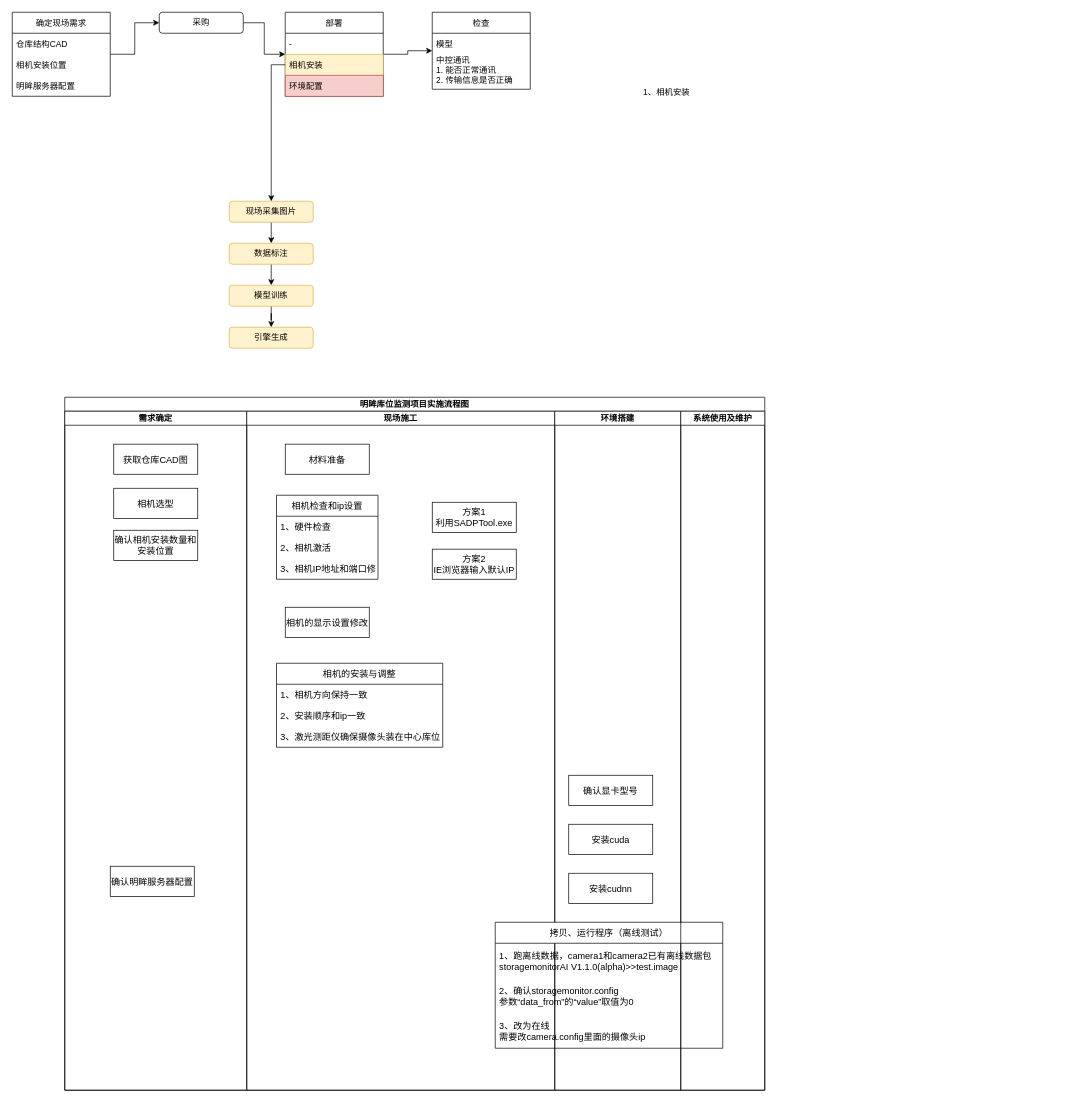
Earlier version of the draw.io diagram page "Page-1" (1 of 2) of Untitled Diagram.drawio (Lisaacy/lisaacy). Source tidied: cells renumbered, new cells numbered last; positions are measured from the earlier drawing's top-left corner, leaving out a move shared by most shapes. Both pictures are drawn from the tidied source at 70%, with x=0, y=0 at pixel (12, 12).
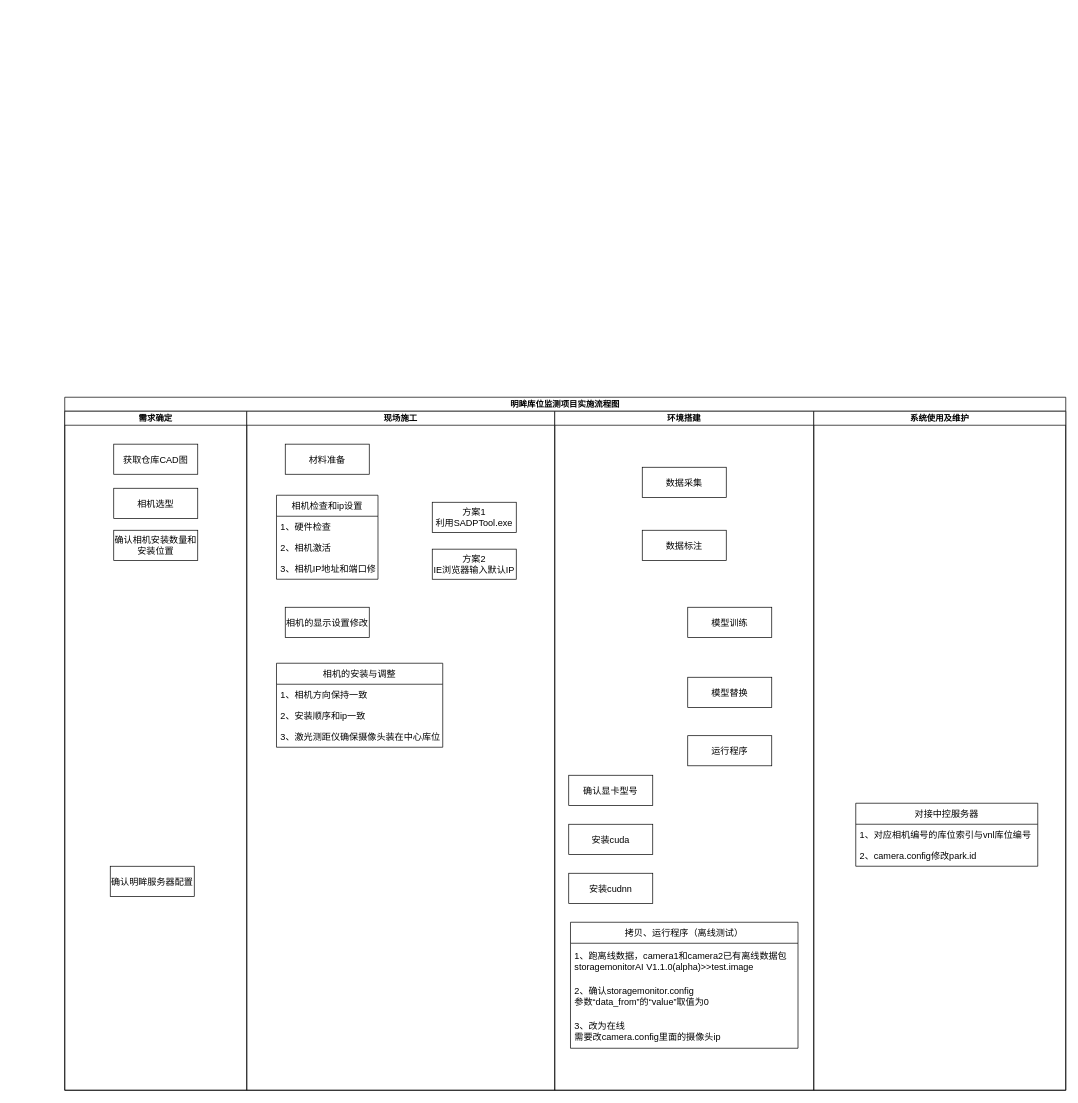
The same diagram, later.

Commit message:
明眸库位监测项目实施流程图

Change to the diagram source:
```diff
@@
-    <mxCell id="2" style="edgeStyle=orthogonalEdgeStyle;rounded=0;jettySize=auto;html=1;entryX=0;entryY=0.5;entryDx=0;entryDy=0;" parent="1" edge="1" source="3" target="10">
-      <mxGeometry relative="1" as="geometry" />
-    </mxCell>
-    <mxCell id="3" value="采购" style="rounded=1;whiteSpace=wrap;html=1;" parent="1" vertex="1">
-      <mxGeometry x="210" width="120" height="30" as="geometry" />
-    </mxCell>
-    <mxCell id="4" style="edgeStyle=orthogonalEdgeStyle;rounded=0;jettySize=auto;html=1;" parent="1" edge="1" source="5" target="3">
-      <mxGeometry relative="1" as="geometry" />
-    </mxCell>
-    <mxCell id="5" value="确定现场需求" style="swimlane;fontStyle=0;horizontal=1;startSize=30;" parent="1" vertex="1">
-      <mxGeometry width="140" height="120" as="geometry" />
-    </mxCell>
-    <mxCell id="6" value="仓库结构CAD" style="text;strokeColor=none;fillColor=none;align=left;verticalAlign=middle;spacingLeft=4;spacingRight=4;overflow=hidden;" parent="5" vertex="1">
-      <mxGeometry y="30" width="140" height="30" as="geometry" />
-    </mxCell>
-    <mxCell id="7" value="相机安装位置" style="text;strokeColor=none;fillColor=none;align=left;verticalAlign=middle;spacingLeft=4;spacingRight=4;overflow=hidden;" parent="5" vertex="1">
-      <mxGeometry y="60" width="140" height="30" as="geometry" />
-    </mxCell>
-    <mxCell id="8" value="明眸服务器配置" style="text;strokeColor=none;fillColor=none;align=left;verticalAlign=middle;spacingLeft=4;spacingRight=4;overflow=hidden;" parent="5" vertex="1">
-      <mxGeometry y="90" width="140" height="30" as="geometry" />
-    </mxCell>
-    <mxCell id="9" style="edgeStyle=orthogonalEdgeStyle;rounded=0;jettySize=auto;html=1;exitX=1;exitY=0.5;exitDx=0;exitDy=0;entryX=0;entryY=0.5;entryDx=0;entryDy=0;" parent="1" edge="1" source="10" target="22">
-      <mxGeometry relative="1" as="geometry" />
-    </mxCell>
-    <mxCell id="10" value="部署" style="swimlane;fontStyle=0;horizontal=1;startSize=30;" parent="1" vertex="1">
-      <mxGeometry x="390" width="140" height="120" as="geometry" />
-    </mxCell>
-    <mxCell id="11" value="-" style="text;strokeColor=none;fillColor=none;align=left;verticalAlign=middle;spacingLeft=4;spacingRight=4;overflow=hidden;" parent="10" vertex="1">
-      <mxGeometry y="30" width="140" height="30" as="geometry" />
-    </mxCell>
-    <mxCell id="12" value="相机安装" style="text;strokeColor=#d6b656;fillColor=#fff2cc;align=left;verticalAlign=middle;spacingLeft=4;spacingRight=4;overflow=hidden;points=[[0,0.5],[1,0.5]];portConstraint=eastwest;" parent="10" vertex="1">
-      <mxGeometry y="60" width="140" height="30" as="geometry" />
-    </mxCell>
-    <mxCell id="13" value="环境配置" style="text;strokeColor=#b85450;fillColor=#f8cecc;align=left;verticalAlign=middle;spacingLeft=4;spacingRight=4;overflow=hidden;" parent="10" vertex="1">
-      <mxGeometry y="90" width="140" height="30" as="geometry" />
-    </mxCell>
-    <mxCell id="14" value="1、相机安装" style="text;html=1;strokeColor=none;fillColor=none;align=center;verticalAlign=middle;whiteSpace=wrap;rounded=0;" parent="1" vertex="1">
-      <mxGeometry x="870" y="100" width="130" height="30" as="geometry" />
-    </mxCell>
-    <mxCell id="15" style="edgeStyle=orthogonalEdgeStyle;rounded=0;jettySize=auto;html=1;exitX=0.5;exitY=1;exitDx=0;exitDy=0;entryX=0.5;entryY=0;entryDx=0;entryDy=0;" parent="1" edge="1" source="16" target="18">
-      <mxGeometry relative="1" as="geometry" />
-    </mxCell>
-    <mxCell id="16" value="现场采集图片" style="rounded=1;whiteSpace=wrap;html=1;fillColor=#fff2cc;strokeColor=#d6b656;" parent="1" vertex="1">
-      <mxGeometry x="310" y="270" width="120" height="30" as="geometry" />
-    </mxCell>
-    <mxCell id="17" style="edgeStyle=orthogonalEdgeStyle;rounded=0;jettySize=auto;html=1;exitX=0.5;exitY=1;exitDx=0;exitDy=0;entryX=0.5;entryY=0;entryDx=0;entryDy=0;" parent="1" edge="1" source="18" target="20">
-      <mxGeometry relative="1" as="geometry" />
-    </mxCell>
-    <mxCell id="18" value="数据标注" style="rounded=1;whiteSpace=wrap;html=1;fillColor=#fff2cc;strokeColor=#d6b656;" parent="1" vertex="1">
-      <mxGeometry x="310" y="330" width="120" height="30" as="geometry" />
-    </mxCell>
-    <mxCell id="19" style="edgeStyle=orthogonalEdgeStyle;rounded=0;jettySize=auto;html=1;" parent="1" edge="1" source="20" target="21">
-      <mxGeometry relative="1" as="geometry" />
-    </mxCell>
-    <mxCell id="20" value="模型训练" style="rounded=1;whiteSpace=wrap;html=1;fillColor=#fff2cc;strokeColor=#d6b656;" parent="1" vertex="1">
-      <mxGeometry x="310" y="390" width="120" height="30" as="geometry" />
-    </mxCell>
-    <mxCell id="21" value="引擎生成" style="rounded=1;whiteSpace=wrap;html=1;fillColor=#fff2cc;strokeColor=#d6b656;" parent="1" vertex="1">
-      <mxGeometry x="310" y="450" width="120" height="30" as="geometry" />
-    </mxCell>
-    <mxCell id="22" value="检查" style="swimlane;fontStyle=0;horizontal=1;startSize=30;" parent="1" vertex="1">
-      <mxGeometry x="600" width="140" height="110" as="geometry" />
-    </mxCell>
-    <mxCell id="23" value="模型" style="text;strokeColor=none;fillColor=none;align=left;verticalAlign=middle;spacingLeft=4;spacingRight=4;overflow=hidden;" parent="22" vertex="1">
-      <mxGeometry y="30" width="140" height="30" as="geometry" />
-    </mxCell>
-    <mxCell id="24" value="中控通讯&#10;1. 能否正常通讯&#10;2. 传输信息是否正确&#10;" style="text;strokeColor=none;fillColor=none;align=left;verticalAlign=middle;spacingLeft=4;spacingRight=4;overflow=hidden;" parent="22" vertex="1">
-      <mxGeometry y="60" width="140" height="50" as="geometry" />
-    </mxCell>
-    <mxCell id="25" style="edgeStyle=orthogonalEdgeStyle;rounded=0;jettySize=auto;html=1;" parent="1" edge="1" source="12" target="16">
-      <mxGeometry relative="1" as="geometry" />
-    </mxCell>
     <mxCell id="26" value="明眸库位监测项目实施流程图" style="swimlane;startSize=20;" parent="1" vertex="1">
-      <mxGeometry x="75" y="550" width="1000" height="990" as="geometry" />
+      <mxGeometry x="75" y="550" width="1430" height="990" as="geometry" />
     </mxCell>
@@
     <mxCell id="45" value="环境搭建" style="swimlane;startSize=20;" parent="26" vertex="1">
-      <mxGeometry x="700" y="20" width="180" height="970" as="geometry" />
+      <mxGeometry x="700" y="20" width="370" height="970" as="geometry" />
     </mxCell>
@@
     <mxCell id="49" value="拷贝、运行程序（离线测试）" style="swimlane;fontStyle=0;horizontal=1;startSize=30;fontSize=13;" parent="45" vertex="1">
-      <mxGeometry x="-85" y="730" width="325" height="180" as="geometry" />
+      <mxGeometry x="22.5" y="730" width="325" height="180" as="geometry" />
     </mxCell>
@@
+    <mxCell id="54" value="数据采集" style="rounded=0;whiteSpace=wrap;html=1;fontSize=13;" parent="45" vertex="1">
+      <mxGeometry x="125" y="80" width="120" height="43" as="geometry" />
+    </mxCell>
+    <mxCell id="18" value="数据标注" style="rounded=0;whiteSpace=wrap;html=1;fontSize=13;" parent="45" vertex="1">
+      <mxGeometry x="125" y="170" width="120" height="43" as="geometry" />
+    </mxCell>
+    <mxCell id="20" value="模型训练" style="rounded=0;whiteSpace=wrap;html=1;fontSize=13;" parent="45" vertex="1">
+      <mxGeometry x="190" y="280" width="120" height="43" as="geometry" />
+    </mxCell>
+    <mxCell id="55" value="模型替换" style="rounded=0;whiteSpace=wrap;html=1;fontSize=13;" parent="45" vertex="1">
+      <mxGeometry x="190" y="380" width="120" height="43" as="geometry" />
+    </mxCell>
+    <mxCell id="56" value="运行程序" style="rounded=0;whiteSpace=wrap;html=1;fontSize=13;" parent="45" vertex="1">
+      <mxGeometry x="190" y="463.5" width="120" height="43" as="geometry" />
+    </mxCell>
     <mxCell id="53" value="系统使用及维护" style="swimlane;startSize=20;" parent="26" vertex="1">
-      <mxGeometry x="880" y="20" width="120" height="970" as="geometry" />
+      <mxGeometry x="1070" y="20" width="360" height="970" as="geometry" />
     </mxCell>
+    <mxCell id="57" value="对接中控服务器" style="swimlane;fontStyle=0;horizontal=1;startSize=30;fontSize=13;" parent="53" vertex="1">
+      <mxGeometry x="60" y="560" width="260" height="90" as="geometry" />
+    </mxCell>
+    <mxCell id="58" value="1、对应相机编号的库位索引与vnl库位编号" style="text;strokeColor=none;fillColor=none;align=left;verticalAlign=middle;spacingLeft=4;spacingRight=4;overflow=hidden;fontSize=13;" parent="57" vertex="1">
+      <mxGeometry y="30" width="260" height="30" as="geometry" />
+    </mxCell>
+    <mxCell id="59" value="2、camera.config修改park.id" style="text;strokeColor=none;fillColor=none;align=left;verticalAlign=middle;spacingLeft=4;spacingRight=4;overflow=hidden;fontSize=13;" parent="57" vertex="1">
+      <mxGeometry y="60" width="260" height="30" as="geometry" />
+    </mxCell>
```
